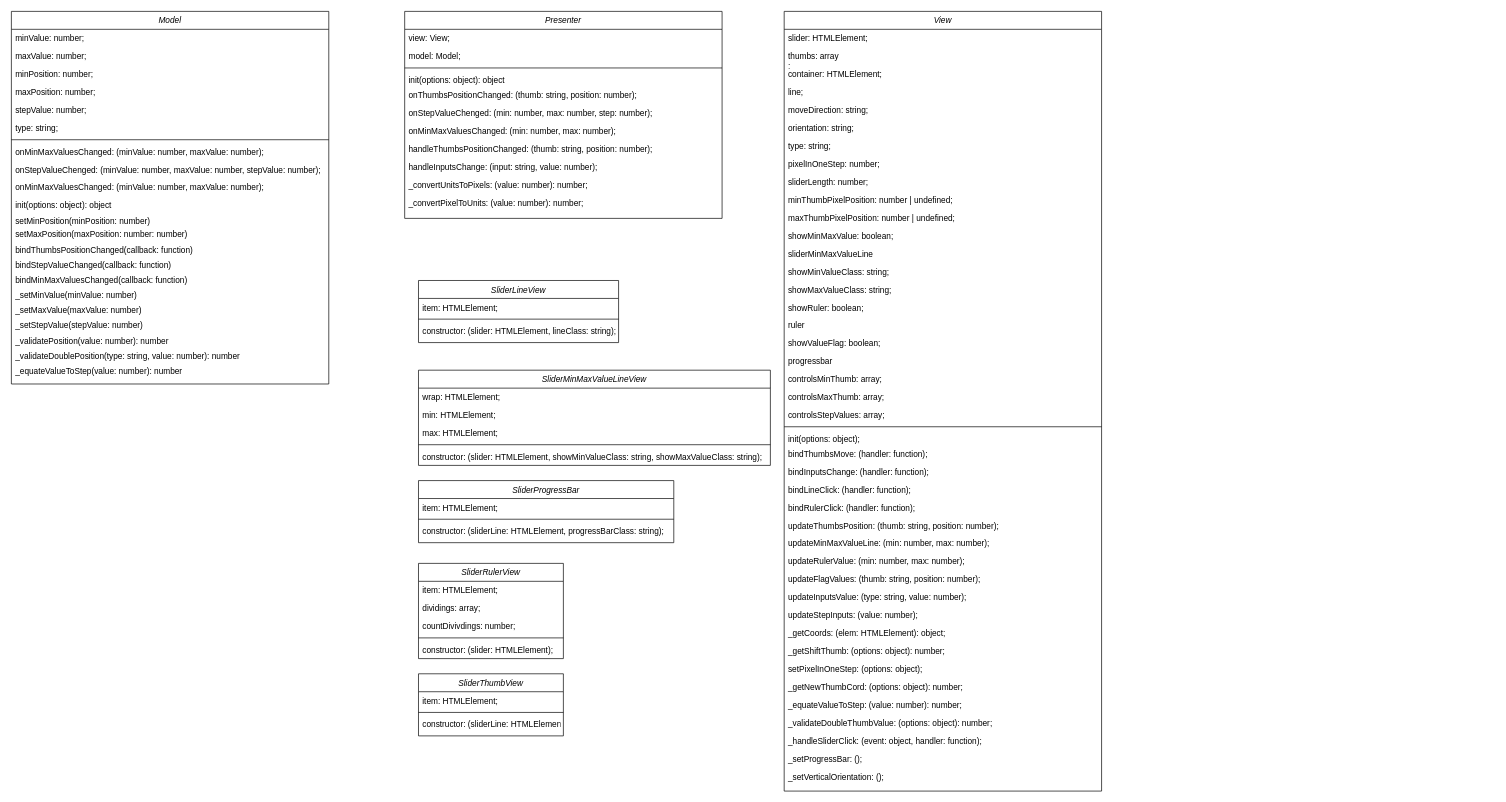
Before: src/Uml.drawio in ZinMari/jq-range-slider, a draw.io diagram. Source tidied: cells renumbered, new cells numbered last; positions are measured from the earlier drawing's top-left corner, leaving out a move shared by most shapes. Both pictures are drawn from the tidied source at 69%, with x=0, y=0 at pixel (11, 11).
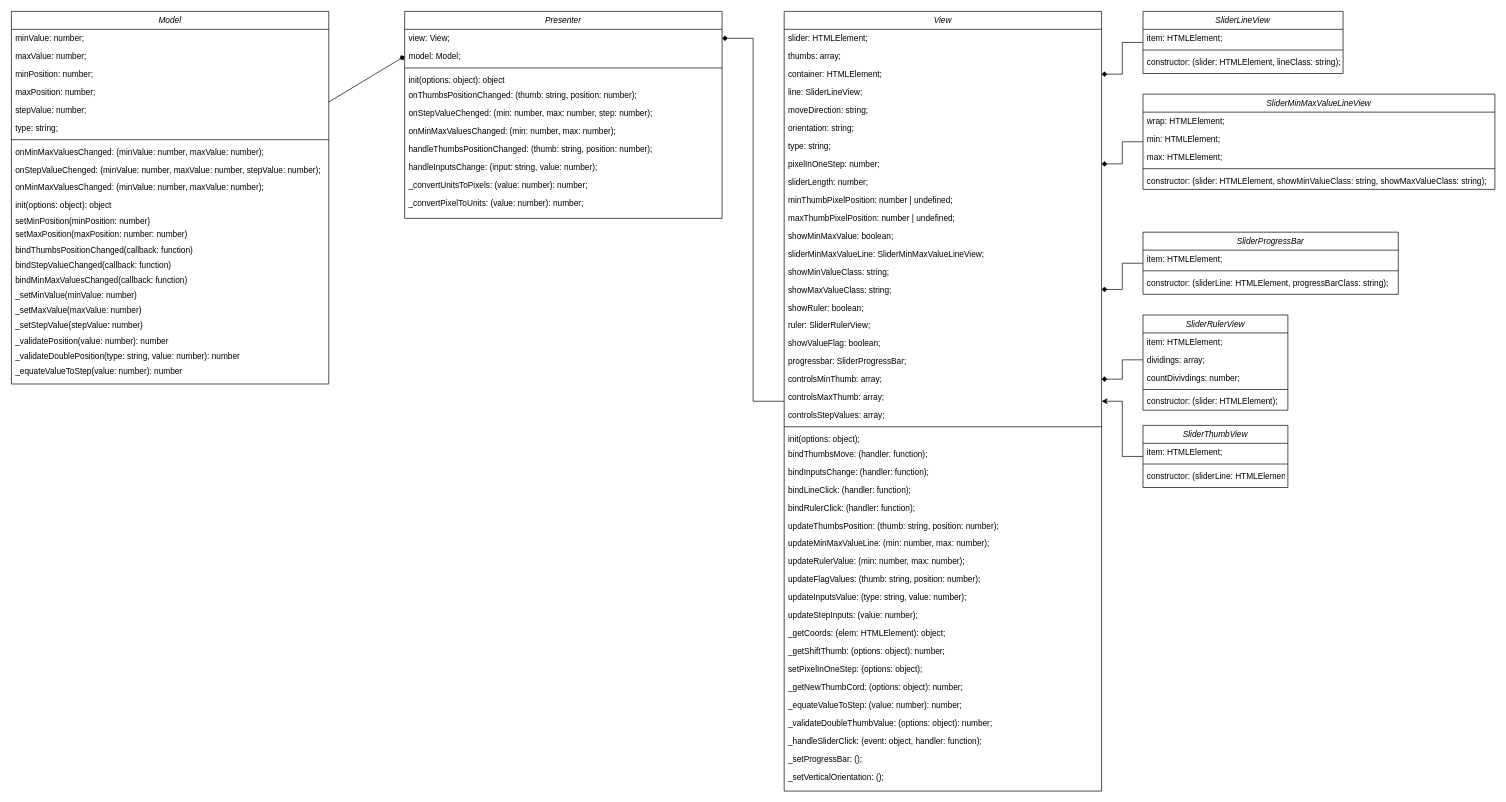
Above is the later version.

Commit message:
feat: add communications to Uml

Unchanged cells that the change refers to:
```xml
<mxCell id="2" value="Model" style="swimlane;fontStyle=2;align=center;verticalAlign=top;horizontal=1;startSize=26;rounded=0;shadow=0;strokeWidth=1;" parent="1" vertex="1">
  <mxGeometry width="460" height="540" as="geometry" />
</mxCell>
<mxCell id="25" value="View" style="swimlane;fontStyle=2;align=center;verticalAlign=top;horizontal=1;startSize=26;rounded=0;shadow=0;strokeWidth=1;" parent="1" vertex="1">
  <mxGeometry x="1120" width="460" height="1130" as="geometry" />
</mxCell>
<mxCell id="28" value="container: HTMLElement;" style="text;align=left;verticalAlign=top;spacingLeft=4;spacingRight=4;overflow=hidden;points=[[0,0.5],[1,0.5]];portConstraint=eastwest;" parent="25" vertex="1">
  <mxGeometry y="78" width="460" height="26" as="geometry" />
</mxCell>
<mxCell id="33" value="pixelInOneStep: number;" style="text;align=left;verticalAlign=top;spacingLeft=4;spacingRight=4;overflow=hidden;points=[[0,0.5],[1,0.5]];portConstraint=eastwest;rounded=0;shadow=0;html=0;" parent="25" vertex="1">
  <mxGeometry y="208" width="460" height="26" as="geometry" />
</mxCell>
<mxCell id="40" value="showMaxValueClass: string;" style="text;align=left;verticalAlign=top;spacingLeft=4;spacingRight=4;overflow=hidden;points=[[0,0.5],[1,0.5]];portConstraint=eastwest;rounded=0;shadow=0;html=0;" parent="25" vertex="1">
  <mxGeometry y="390" width="460" height="26" as="geometry" />
</mxCell>
<mxCell id="45" value="controlsMinThumb: array;" style="text;align=left;verticalAlign=top;spacingLeft=4;spacingRight=4;overflow=hidden;points=[[0,0.5],[1,0.5]];portConstraint=eastwest;rounded=0;shadow=0;html=0;" parent="25" vertex="1">
  <mxGeometry y="520" width="460" height="26" as="geometry" />
</mxCell>
<mxCell id="70" value="view: View;" style="text;align=left;verticalAlign=top;spacingLeft=4;spacingRight=4;overflow=hidden;points=[[0,0.5],[1,0.5]];portConstraint=eastwest;rounded=0;shadow=0;html=0;" parent="69" vertex="1">
  <mxGeometry y="26" width="460" height="26" as="geometry" />
</mxCell>
<mxCell id="71" value="model: Model;" style="text;align=left;verticalAlign=top;spacingLeft=4;spacingRight=4;overflow=hidden;points=[[0,0.5],[1,0.5]];portConstraint=eastwest;rounded=0;shadow=0;html=0;" parent="69" vertex="1">
  <mxGeometry y="52" width="460" height="26" as="geometry" />
</mxCell>
<mxCell id="97" value="dividings: array;" style="text;align=left;verticalAlign=top;spacingLeft=4;spacingRight=4;overflow=hidden;points=[[0,0.5],[1,0.5]];portConstraint=eastwest;rounded=0;shadow=0;html=0;" parent="95" vertex="1">
  <mxGeometry y="52" width="210" height="26" as="geometry" />
</mxCell>
```

What changed in the source:
```diff
@@
-    <mxCell id="27" value="thumbs: array&#10;;" style="text;align=left;verticalAlign=top;spacingLeft=4;spacingRight=4;overflow=hidden;rounded=0;shadow=0;html=0;" parent="25" vertex="1">
+    <mxCell id="27" value="thumbs: array;" style="text;align=left;verticalAlign=top;spacingLeft=4;spacingRight=4;overflow=hidden;rounded=0;shadow=0;html=0;" parent="25" vertex="1">
       <mxGeometry y="52" width="460" height="26" as="geometry" />
     </mxCell>
@@
-    <mxCell id="29" value="line;" style="text;align=left;verticalAlign=top;spacingLeft=4;spacingRight=4;overflow=hidden;" parent="25" vertex="1">
+    <mxCell id="29" value="line: SliderLineView;" style="text;align=left;verticalAlign=top;spacingLeft=4;spacingRight=4;overflow=hidden;" parent="25" vertex="1">
       <mxGeometry y="104" width="460" height="26" as="geometry" />
     </mxCell>
@@
-    <mxCell id="38" value="sliderMinMaxValueLine" style="text;align=left;verticalAlign=top;spacingLeft=4;spacingRight=4;overflow=hidden;rounded=0;shadow=0;html=0;" parent="25" vertex="1">
+    <mxCell id="38" value="sliderMinMaxValueLine: SliderMinMaxValueLineView;" style="text;align=left;verticalAlign=top;spacingLeft=4;spacingRight=4;overflow=hidden;rounded=0;shadow=0;html=0;" parent="25" vertex="1">
       <mxGeometry y="338" width="460" height="26" as="geometry" />
     </mxCell>
@@
-    <mxCell id="42" value="ruler" style="text;align=left;verticalAlign=top;spacingLeft=4;spacingRight=4;overflow=hidden;rounded=0;shadow=0;html=0;" parent="25" vertex="1">
+    <mxCell id="42" value="ruler: SliderRulerView;" style="text;align=left;verticalAlign=top;spacingLeft=4;spacingRight=4;overflow=hidden;rounded=0;shadow=0;html=0;" parent="25" vertex="1">
       <mxGeometry y="442" width="460" height="26" as="geometry" />
     </mxCell>
@@
-    <mxCell id="44" value="progressbar" style="text;align=left;verticalAlign=top;spacingLeft=4;spacingRight=4;overflow=hidden;rounded=0;shadow=0;html=0;" parent="25" vertex="1">
+    <mxCell id="44" value="progressbar: SliderProgressBar;" style="text;align=left;verticalAlign=top;spacingLeft=4;spacingRight=4;overflow=hidden;rounded=0;shadow=0;html=0;" parent="25" vertex="1">
       <mxGeometry y="494" width="460" height="26" as="geometry" />
     </mxCell>
@@
+    <mxCell id="105" style="edgeStyle=orthogonalEdgeStyle;rounded=0;jettySize=auto;html=1;endArrow=diamond;endFill=1;" parent="1" edge="1" source="81" target="28">
+      <mxGeometry relative="1" as="geometry" />
+    </mxCell>
     <mxCell id="81" value="SliderLineView" style="swimlane;fontStyle=2;align=center;verticalAlign=top;horizontal=1;startSize=26;rounded=0;shadow=0;strokeWidth=1;" parent="1" vertex="1">
-      <mxGeometry x="590" y="390" width="290" height="90" as="geometry" />
+      <mxGeometry x="1640" width="290" height="90" as="geometry" />
     </mxCell>
@@
+    <mxCell id="106" style="edgeStyle=orthogonalEdgeStyle;rounded=0;jettySize=auto;html=1;endArrow=diamond;endFill=1;" parent="1" edge="1" source="85" target="33">
+      <mxGeometry relative="1" as="geometry" />
+    </mxCell>
     <mxCell id="85" value="SliderMinMaxValueLineView" style="swimlane;fontStyle=2;align=center;verticalAlign=top;horizontal=1;startSize=26;rounded=0;shadow=0;strokeWidth=1;" parent="1" vertex="1">
-      <mxGeometry x="590" y="520" width="510" height="138" as="geometry" />
+      <mxGeometry x="1640" y="120" width="510" height="138" as="geometry" />
     </mxCell>
@@
+    <mxCell id="107" style="edgeStyle=orthogonalEdgeStyle;rounded=0;jettySize=auto;html=1;endArrow=diamond;endFill=1;" parent="1" edge="1" source="91" target="40">
+      <mxGeometry relative="1" as="geometry" />
+    </mxCell>
     <mxCell id="91" value="SliderProgressBar" style="swimlane;fontStyle=2;align=center;verticalAlign=top;horizontal=1;startSize=26;rounded=0;shadow=0;strokeWidth=1;" parent="1" vertex="1">
-      <mxGeometry x="590" y="680" width="370" height="90" as="geometry" />
+      <mxGeometry x="1640" y="320" width="370" height="90" as="geometry" />
     </mxCell>
@@
     <mxCell id="95" value="SliderRulerView" style="swimlane;fontStyle=2;align=center;verticalAlign=top;horizontal=1;startSize=26;rounded=0;shadow=0;strokeWidth=1;" parent="1" vertex="1">
-      <mxGeometry x="590" y="800" width="210" height="138" as="geometry" />
+      <mxGeometry x="1640" y="440" width="210" height="138" as="geometry" />
     </mxCell>
@@
+    <mxCell id="108" style="edgeStyle=orthogonalEdgeStyle;rounded=0;jettySize=auto;html=1;" parent="1" edge="1" source="101" target="25">
+      <mxGeometry relative="1" as="geometry" />
+    </mxCell>
     <mxCell id="101" value="SliderThumbView" style="swimlane;fontStyle=2;align=center;verticalAlign=top;horizontal=1;startSize=26;rounded=0;shadow=0;strokeWidth=1;" parent="1" vertex="1">
-      <mxGeometry x="590" y="960" width="210" height="90" as="geometry" />
+      <mxGeometry x="1640" y="600" width="210" height="90" as="geometry" />
     </mxCell>
@@
+    <mxCell id="109" style="endArrow=diamond;html=1;rounded=0;edgeStyle=elbowEdgeStyle;curved=0;endFill=1;entryX=1;entryY=0.5;entryDx=0;entryDy=0;" parent="1" edge="1" source="25" target="70">
+      <mxGeometry relative="1" as="geometry" />
+    </mxCell>
+    <mxCell id="110" style="endArrow=diamond;html=1;rounded=0;entryX=0;entryY=0.5;entryDx=0;entryDy=0;endFill=1;" parent="1" edge="1" source="2" target="71">
+      <mxGeometry relative="1" as="geometry" />
+    </mxCell>
+    <mxCell id="111" style="edgeStyle=orthogonalEdgeStyle;rounded=0;jettySize=auto;html=1;endArrow=diamond;endFill=1;" parent="1" edge="1" source="97" target="45">
+      <mxGeometry relative="1" as="geometry" />
+    </mxCell>
```
